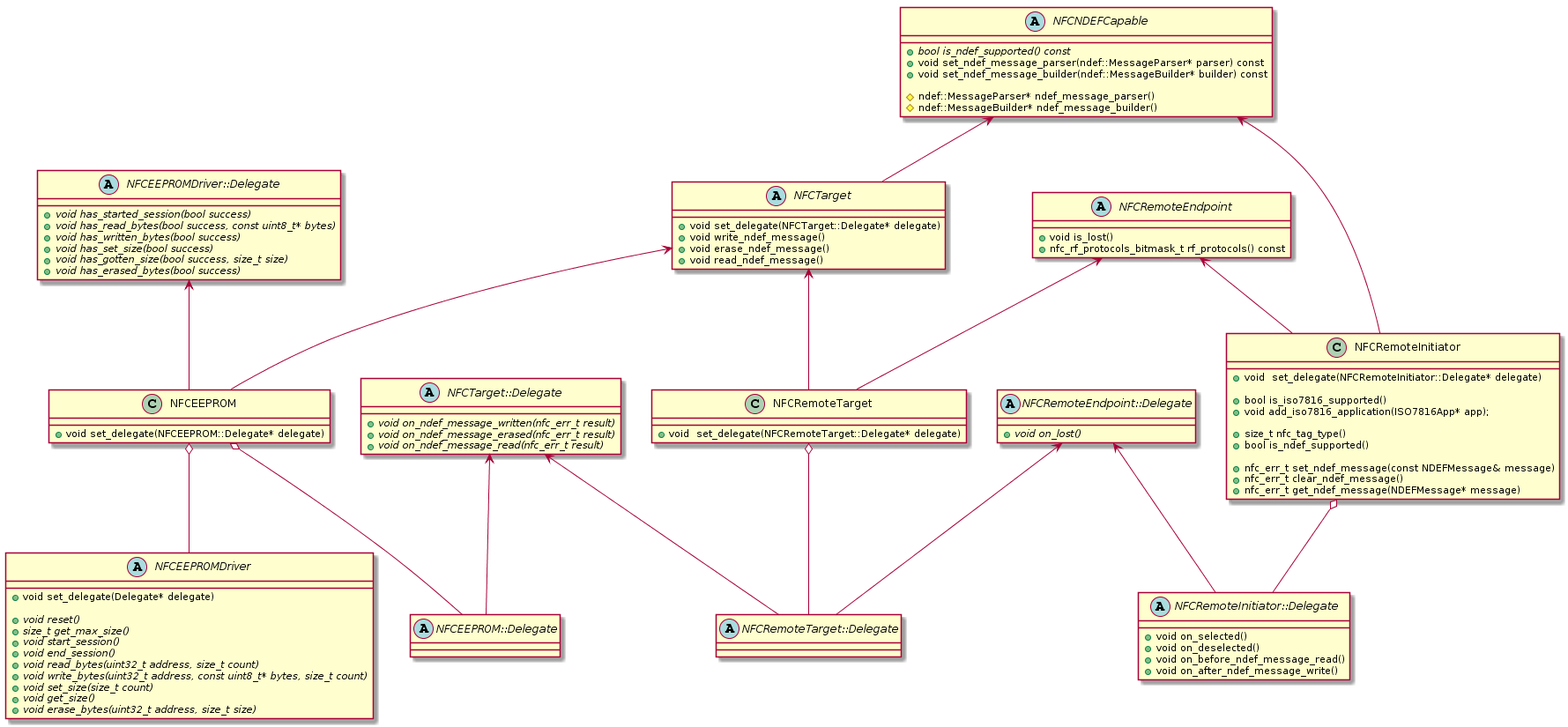
The PlantUML diagram features/nfc/doc/uml_diagram_endpoints.png in ARMmbed/mbed-os, before a commit.
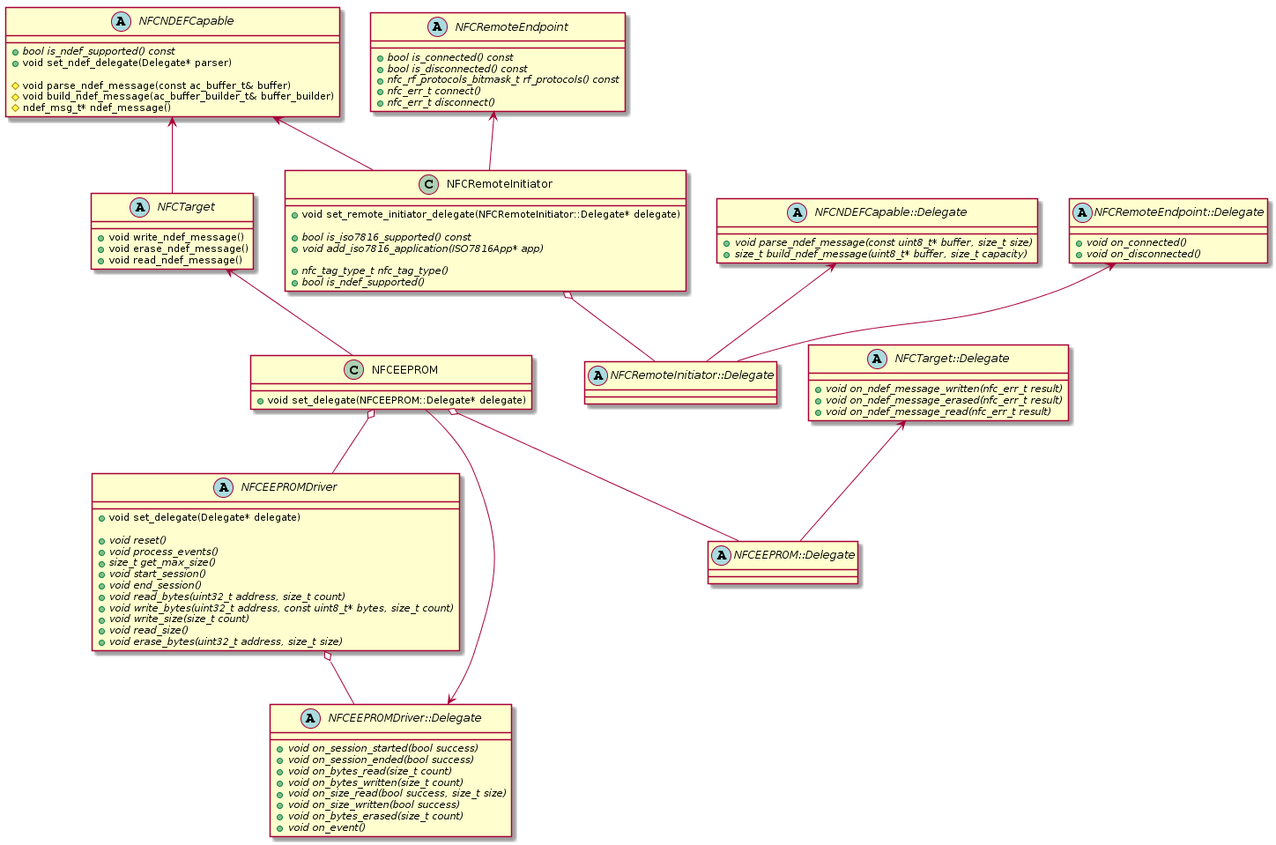
Above is the later version.

Change to the diagram source:
```diff
@@ -1,24 +1,32 @@
 @startuml
 abstract class NFCNDEFCapable {
   +{abstract} bool is_ndef_supported() const
-  +void set_ndef_message_parser(ndef::MessageParser* parser) const
-  +void set_ndef_message_builder(ndef::MessageBuilder* builder) const
+  +void set_ndef_delegate(Delegate* parser)
 
-  #ndef::MessageParser* ndef_message_parser()
-  #ndef::MessageBuilder* ndef_message_builder()
+  #void parse_ndef_message(const ac_buffer_t& buffer)
+  #void build_ndef_message(ac_buffer_builder_t& buffer_builder)
+  #ndef_msg_t* ndef_message()
+}
+
+abstract class NFCNDEFCapable::Delegate {
+  +{abstract} void parse_ndef_message(const uint8_t* buffer, size_t size)
+  +{abstract} size_t build_ndef_message(uint8_t* buffer, size_t capacity)
 }
 
 abstract class NFCRemoteEndpoint {
-  +void is_lost()
-  +nfc_rf_protocols_bitmask_t rf_protocols() const
+  +{abstract} bool is_connected() const
+  +{abstract} bool is_disconnected() const
+  +{abstract} nfc_rf_protocols_bitmask_t rf_protocols() const
+  +{abstract} nfc_err_t connect()
+  +{abstract} nfc_err_t disconnect()
 }
 
 abstract class NFCRemoteEndpoint::Delegate {
-  +{abstract} void on_lost()
+  +{abstract} void on_connected()
+  +{abstract} void on_disconnected()
 }
 
 abstract class NFCTarget {
-  +void set_delegate(NFCTarget::Delegate* delegate)
   +void write_ndef_message()
   +void erase_ndef_message()
   +void read_ndef_message()
@@ -42,71 +50,53 @@
   +void set_delegate(Delegate* delegate)
 
   +{abstract} void reset()
+  +{abstract} void process_events()
   +{abstract} size_t get_max_size()
   +{abstract} void start_session()
   +{abstract} void end_session()
   +{abstract} void read_bytes(uint32_t address, size_t count)
   +{abstract} void write_bytes(uint32_t address, const uint8_t* bytes, size_t count)
-  +{abstract} void set_size(size_t count)
-  +{abstract} void get_size()
+  +{abstract} void write_size(size_t count)
+  +{abstract} void read_size()
   +{abstract} void erase_bytes(uint32_t address, size_t size)
 }
 
 abstract class NFCEEPROMDriver::Delegate {
-  +{abstract} void has_started_session(bool success)
-  +{abstract} void has_read_bytes(bool success, const uint8_t* bytes)
-  +{abstract} void has_written_bytes(bool success)
-  +{abstract} void has_set_size(bool success)
-  +{abstract} void has_gotten_size(bool success, size_t size)
-  +{abstract} void has_erased_bytes(bool success)
+  +{abstract} void on_session_started(bool success)
+  +{abstract} void on_session_ended(bool success)
+  +{abstract} void on_bytes_read(size_t count)
+  +{abstract} void on_bytes_written(size_t count)
+  +{abstract} void on_size_read(bool success, size_t size)
+  +{abstract} void on_size_written(bool success)
+  +{abstract} void on_bytes_erased(size_t count)
+  +{abstract} void on_event()
 }
-
 
 NFCNDEFCapable <-- NFCTarget
 NFCTarget <-- NFCEEPROM
 NFCTarget::Delegate <-- NFCEEPROM::Delegate
 NFCEEPROM o-- NFCEEPROM::Delegate
 NFCEEPROM o-- NFCEEPROMDriver
+NFCEEPROMDriver o-- NFCEEPROMDriver::Delegate
 NFCEEPROMDriver::Delegate <-- NFCEEPROM
 
 class NFCRemoteInitiator {
-  +void  set_delegate(NFCRemoteInitiator::Delegate* delegate)
+  +void set_remote_initiator_delegate(NFCRemoteInitiator::Delegate* delegate)
 
-  +bool is_iso7816_supported()
-  +void add_iso7816_application(ISO7816App* app);
+  +{abstract}bool is_iso7816_supported() const
+  +{abstract}void add_iso7816_application(ISO7816App* app)
 
-  +size_t nfc_tag_type()
-  +bool is_ndef_supported()
-
-  +nfc_err_t set_ndef_message(const NDEFMessage& message)
-  +nfc_err_t clear_ndef_message()
-  +nfc_err_t get_ndef_message(NDEFMessage* message)
+  +{abstract} nfc_tag_type_t nfc_tag_type()
+  +{abstract} bool is_ndef_supported()
 }
 
 abstract class NFCRemoteInitiator::Delegate {
-  +void on_selected()
-  +void on_deselected()
-  +void on_before_ndef_message_read()
-  +void on_after_ndef_message_write()
+
 }
 
 NFCNDEFCapable <-- NFCRemoteInitiator
- NFCRemoteEndpoint <-- NFCRemoteInitiator
- NFCRemoteEndpoint::Delegate <-- NFCRemoteInitiator::Delegate
+NFCRemoteEndpoint <-- NFCRemoteInitiator
+NFCRemoteEndpoint::Delegate <-- NFCRemoteInitiator::Delegate
+NFCNDEFCapable::Delegate <-- NFCRemoteInitiator::Delegate
 NFCRemoteInitiator o-- NFCRemoteInitiator::Delegate
-
-class NFCRemoteTarget {
-  +void  set_delegate(NFCRemoteTarget::Delegate* delegate)
-
-}
-
-abstract class NFCRemoteTarget::Delegate {
-
-}
-
- NFCRemoteEndpoint <-- NFCRemoteTarget
-NFCTarget <-- NFCRemoteTarget
- NFCRemoteEndpoint::Delegate <-- NFCRemoteTarget::Delegate
-NFCTarget::Delegate <-- NFCRemoteTarget::Delegate
-NFCRemoteTarget o-- NFCRemoteTarget::Delegate
 @enduml
```
